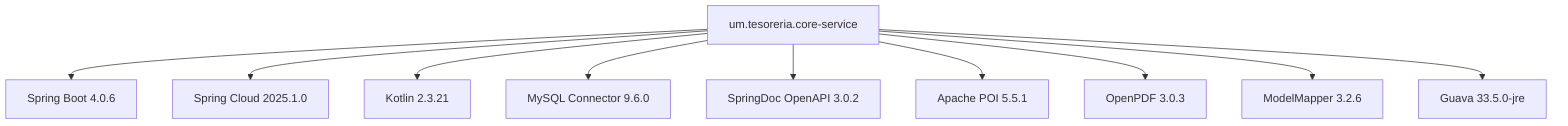
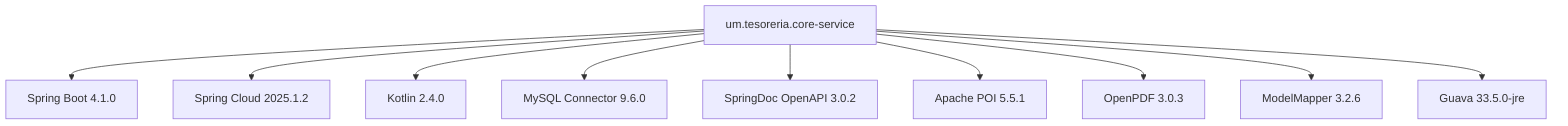
flowchart TD
-     A[um.tesoreria.core-service] --> B[Spring Boot 4.0.6]
-     A --> C[Spring Cloud 2025.1.0]
-     A --> D[Kotlin 2.3.21]
+     A[um.tesoreria.core-service] --> B[Spring Boot 4.1.0]
+     A --> C[Spring Cloud 2025.1.2]
+     A --> D[Kotlin 2.4.0]
    A --> E[MySQL Connector 9.6.0]
    A --> F[SpringDoc OpenAPI 3.0.2]
    A --> G[Apache POI 5.5.1]
    A --> H[OpenPDF 3.0.3]
    A --> I[ModelMapper 3.2.6]
    A --> J[Guava 33.5.0-jre]
